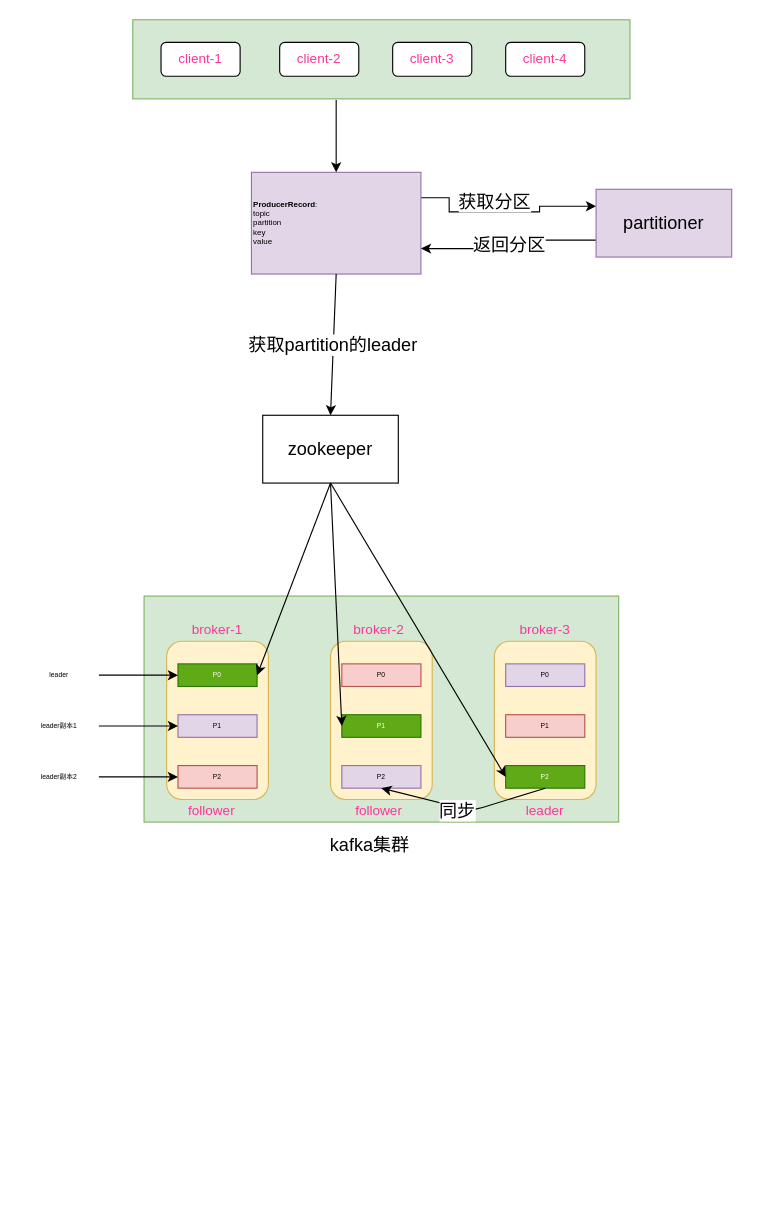
Earlier version of the draw.io diagram src/main/resources/picture/kafka/kafka.drawio (zilanghuo/project-summary). Source tidied: cells renumbered, new cells numbered last; positions are measured from the earlier drawing's top-left corner, leaving out a move shared by most shapes. Both pictures are drawn from the tidied source at 113%, with x=0, y=0 at pixel (19, 19).
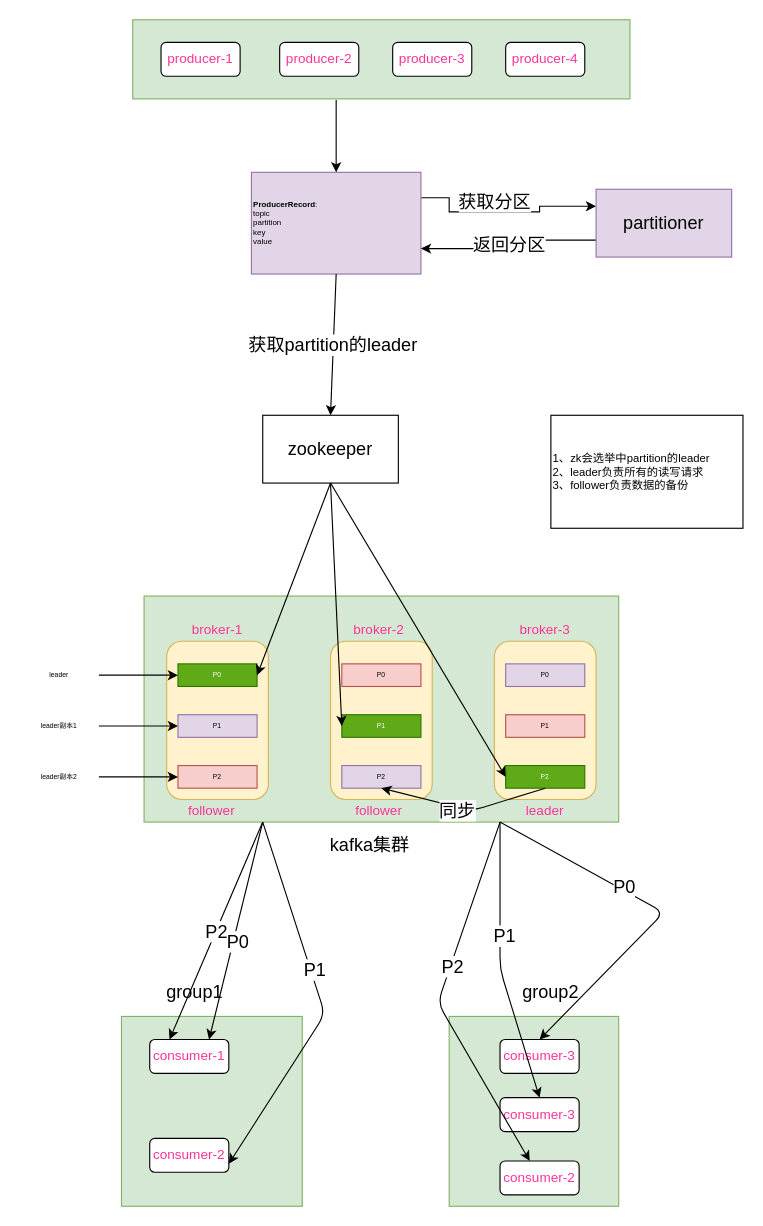
The same page after the edit.

The change refers to these unchanged cells:
```xml
<mxCell id="2" style="rounded=0;whiteSpace=wrap;html=1;fillColor=#d5e8d4;strokeColor=#82b366;" parent="1" vertex="1">
  <mxGeometry x="110" y="510" width="420" height="200" as="geometry" />
</mxCell>
```

What changed in the source:
```diff
@@
-    <mxCell id="11" value="client-1" style="rounded=1;whiteSpace=wrap;html=1;fontColor=#FF3399;" parent="1" vertex="1">
+    <mxCell id="11" value="producer-1" style="rounded=1;whiteSpace=wrap;html=1;fontColor=#FF3399;" parent="1" vertex="1">
       <mxGeometry x="125" y="20" width="70" height="30" as="geometry" />
     </mxCell>
-    <mxCell id="12" value="client-2" style="rounded=1;whiteSpace=wrap;html=1;fontColor=#FF3399;" parent="1" vertex="1">
+    <mxCell id="12" value="producer-2" style="rounded=1;whiteSpace=wrap;html=1;fontColor=#FF3399;" parent="1" vertex="1">
       <mxGeometry x="230" y="20" width="70" height="30" as="geometry" />
     </mxCell>
-    <mxCell id="13" value="client-3" style="rounded=1;whiteSpace=wrap;html=1;fontColor=#FF3399;" parent="1" vertex="1">
+    <mxCell id="13" value="producer-3" style="rounded=1;whiteSpace=wrap;html=1;fontColor=#FF3399;" parent="1" vertex="1">
       <mxGeometry x="330" y="20" width="70" height="30" as="geometry" />
     </mxCell>
-    <mxCell id="14" value="client-4" style="rounded=1;whiteSpace=wrap;html=1;fontColor=#FF3399;" parent="1" vertex="1">
+    <mxCell id="14" value="producer-4" style="rounded=1;whiteSpace=wrap;html=1;fontColor=#FF3399;" parent="1" vertex="1">
       <mxGeometry x="430" y="20" width="70" height="30" as="geometry" />
     </mxCell>
@@
+    <mxCell id="46" style="rounded=0;whiteSpace=wrap;html=1;fillColor=#d5e8d4;strokeColor=#82b366;" parent="1" vertex="1">
+      <mxGeometry x="90" y="882" width="160" height="168" as="geometry" />
+    </mxCell>
+    <mxCell id="47" value="consumer-1" style="rounded=1;whiteSpace=wrap;html=1;fontColor=#FF3399;" parent="1" vertex="1">
+      <mxGeometry x="115" y="902.4" width="70" height="30" as="geometry" />
+    </mxCell>
+    <mxCell id="48" value="consumer-2" style="rounded=1;whiteSpace=wrap;html=1;fontColor=#FF3399;" parent="1" vertex="1">
+      <mxGeometry x="115" y="989.9" width="70" height="30" as="geometry" />
+    </mxCell>
+    <mxCell id="49" style="rounded=0;whiteSpace=wrap;html=1;fillColor=#d5e8d4;strokeColor=#82b366;" parent="1" vertex="1">
+      <mxGeometry x="380" y="882" width="150" height="168" as="geometry" />
+    </mxCell>
+    <mxCell id="50" value="consumer-3" style="rounded=1;whiteSpace=wrap;html=1;fontColor=#FF3399;" parent="1" vertex="1">
+      <mxGeometry x="425" y="902.4" width="70" height="30" as="geometry" />
+    </mxCell>
+    <mxCell id="51" value="consumer-2" style="rounded=1;whiteSpace=wrap;html=1;fontColor=#FF3399;" parent="1" vertex="1">
+      <mxGeometry x="425" y="1009.9" width="70" height="30" as="geometry" />
+    </mxCell>
+    <mxCell id="52" value="consumer-3" style="rounded=1;whiteSpace=wrap;html=1;fontColor=#FF3399;" parent="1" vertex="1">
+      <mxGeometry x="425" y="953.9" width="70" height="30" as="geometry" />
+    </mxCell>
+    <mxCell id="53" value="group1" style="text;html=1;strokeColor=none;fillColor=none;align=center;verticalAlign=middle;whiteSpace=wrap;rounded=0;fontSize=16;" parent="1" vertex="1">
+      <mxGeometry x="75" y="850" width="160" height="20" as="geometry" />
+    </mxCell>
+    <mxCell id="54" value="group2" style="text;html=1;strokeColor=none;fillColor=none;align=center;verticalAlign=middle;whiteSpace=wrap;rounded=0;fontSize=16;" parent="1" vertex="1">
+      <mxGeometry x="390" y="850" width="160" height="20" as="geometry" />
+    </mxCell>
+    <mxCell id="55" value="P2" style="endArrow=classic;html=1;fontSize=16;fontColor=#000000;exitX=0.25;exitY=1;exitDx=0;exitDy=0;entryX=0.25;entryY=0;entryDx=0;entryDy=0;" parent="1" edge="1" source="2" target="47">
+      <mxGeometry relative="1" as="geometry" />
+    </mxCell>
+    <mxCell id="56" style="endArrow=classic;html=1;fontSize=16;fontColor=#000000;exitX=0.25;exitY=1;exitDx=0;exitDy=0;entryX=1;entryY=0.75;entryDx=0;entryDy=0;" parent="1" edge="1" source="2" target="48">
+      <mxGeometry relative="1" as="geometry">
+        <Array as="points">
+          <mxPoint x="270" y="880" />
+        </Array>
+      </mxGeometry>
+    </mxCell>
+    <mxCell id="57" value="P1" style="text;html=1;align=center;verticalAlign=middle;labelBackgroundColor=#ffffff;fontSize=16;fontColor=#000000;" parent="56" vertex="1">
+      <mxGeometry x="-0.18" y="3" relative="1" as="geometry" />
+    </mxCell>
+    <mxCell id="58" style="endArrow=classic;html=1;fontSize=16;fontColor=#000000;entryX=0.75;entryY=0;entryDx=0;entryDy=0;exitX=0.25;exitY=1;exitDx=0;exitDy=0;" parent="1" edge="1" source="2" target="47">
+      <mxGeometry relative="1" as="geometry" />
+    </mxCell>
+    <mxCell id="59" value="P0" style="text;html=1;align=center;verticalAlign=middle;labelBackgroundColor=#ffffff;fontSize=16;fontColor=#000000;" parent="58" vertex="1">
+      <mxGeometry x="0.09" y="3" relative="1" as="geometry" />
+    </mxCell>
+    <mxCell id="60" style="endArrow=classic;html=1;fontSize=16;fontColor=#000000;entryX=0.5;entryY=0;entryDx=0;entryDy=0;exitX=0.75;exitY=1;exitDx=0;exitDy=0;" parent="1" edge="1" source="2" target="50">
+      <mxGeometry relative="1" as="geometry">
+        <Array as="points">
+          <mxPoint x="570" y="790" />
+        </Array>
+      </mxGeometry>
+    </mxCell>
+    <mxCell id="61" value="P0" style="text;html=1;align=center;verticalAlign=middle;labelBackgroundColor=#ffffff;fontSize=16;fontColor=#000000;" parent="60" vertex="1">
+      <mxGeometry x="-0.24" y="3" relative="1" as="geometry" />
+    </mxCell>
+    <mxCell id="62" style="endArrow=classic;html=1;fontSize=16;fontColor=#000000;entryX=0.5;entryY=0;entryDx=0;entryDy=0;" parent="1" edge="1" target="52">
+      <mxGeometry relative="1" as="geometry">
+        <mxPoint x="425" y="710" as="sourcePoint" />
+        <Array as="points">
+          <mxPoint x="425" y="840" />
+        </Array>
+      </mxGeometry>
+    </mxCell>
+    <mxCell id="63" value="P1" style="text;html=1;align=center;verticalAlign=middle;labelBackgroundColor=#ffffff;fontSize=16;fontColor=#000000;" parent="62" vertex="1">
+      <mxGeometry x="-0.2" y="3" relative="1" as="geometry" />
+    </mxCell>
+    <mxCell id="64" style="endArrow=classic;html=1;fontSize=16;fontColor=#000000;exitX=0.75;exitY=1;exitDx=0;exitDy=0;" parent="1" edge="1" source="2" target="51">
+      <mxGeometry relative="1" as="geometry">
+        <Array as="points">
+          <mxPoint x="370" y="870" />
+        </Array>
+      </mxGeometry>
+    </mxCell>
+    <mxCell id="65" value="P2" style="text;html=1;align=center;verticalAlign=middle;labelBackgroundColor=#ffffff;fontSize=16;fontColor=#000000;" parent="64" vertex="1">
+      <mxGeometry x="-0.19" y="1" relative="1" as="geometry" />
+    </mxCell>
+    <mxCell id="66" value="1、zk会选举中partition的leader&lt;br&gt;2、leader负责所有的读写请求&lt;br&gt;3、follower负责数据的备份&lt;br&gt;" style="rounded=0;whiteSpace=wrap;html=1;fontSize=10;fontColor=#000000;align=left;" parent="1" vertex="1">
+      <mxGeometry x="470" y="350" width="170" height="100" as="geometry" />
+    </mxCell>
```
